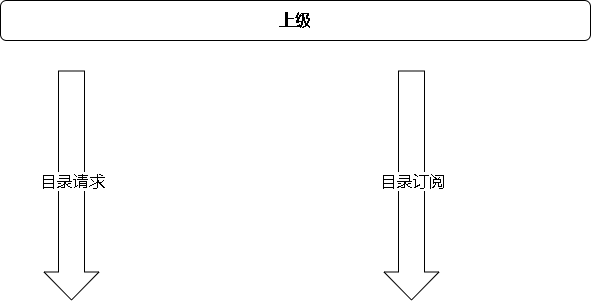
Earlier version of the draw.io export 28181.drawio.png (xktder/draw). Source tidied: cells renumbered, new cells last; positions are measured from the earlier drawing's top-left corner, leaving out a move shared by most shapes.
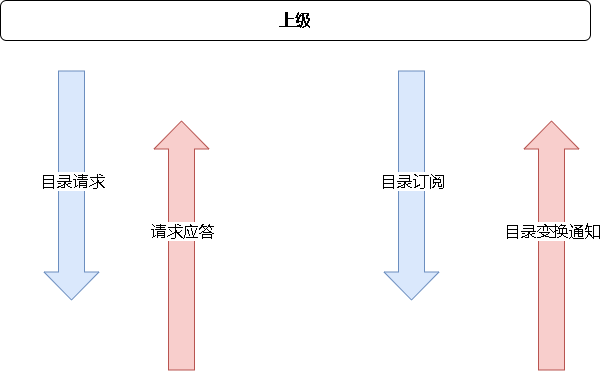
After the change.

Change to the diagram source:
```diff
@@ -5,7 +5,7 @@
     <mxCell id="2" value="&lt;font style=&quot;font-size: 16px;&quot;&gt;&lt;b&gt;上级&lt;/b&gt;&lt;/font&gt;" style="rounded=1;whiteSpace=wrap;html=1;" parent="1" vertex="1">
       <mxGeometry width="590" height="40" as="geometry" />
     </mxCell>
-    <mxCell id="3" style="shape=flexArrow;endArrow=classic;html=1;rounded=0;fontSize=16;endWidth=28;endSize=9;width=26;" parent="1" edge="1">
+    <mxCell id="3" style="shape=flexArrow;endArrow=classic;html=1;rounded=0;fontSize=16;endWidth=28;endSize=9;width=26;fillColor=#dae8fc;strokeColor=#6c8ebf;" parent="1" edge="1">
       <mxGeometry relative="1" as="geometry">
         <mxPoint x="71" y="70" as="sourcePoint" />
         <mxPoint x="71" y="300" as="targetPoint" />
@@ -16,7 +16,7 @@
         <mxPoint x="5" y="-32" as="offset" />
       </mxGeometry>
     </mxCell>
-    <mxCell id="5" style="shape=flexArrow;endArrow=classic;html=1;rounded=0;fontSize=16;endWidth=28;endSize=9;width=26;" parent="1" edge="1">
+    <mxCell id="5" style="shape=flexArrow;endArrow=classic;html=1;rounded=0;fontSize=16;endWidth=28;endSize=9;width=26;fillColor=#dae8fc;strokeColor=#6c8ebf;" parent="1" edge="1">
       <mxGeometry relative="1" as="geometry">
         <mxPoint x="411" y="70" as="sourcePoint" />
         <mxPoint x="411" y="300" as="targetPoint" />
@@ -27,5 +27,27 @@
         <mxPoint x="5" y="-32" as="offset" />
       </mxGeometry>
     </mxCell>
+    <mxCell id="7" style="shape=flexArrow;endArrow=classic;html=1;rounded=0;fontSize=16;endWidth=28;endSize=9;width=26;fillColor=#f8cecc;strokeColor=#b85450;" parent="1" edge="1">
+      <mxGeometry relative="1" as="geometry">
+        <mxPoint x="181" y="370" as="sourcePoint" />
+        <mxPoint x="181" y="120" as="targetPoint" />
+      </mxGeometry>
+    </mxCell>
+    <mxCell id="8" value="请求应答" style="edgeLabel;html=1;align=center;verticalAlign=middle;fontSize=16;" parent="7" vertex="1">
+      <mxGeometry x="0.23" y="-5" relative="1" as="geometry">
+        <mxPoint x="-5" y="14" as="offset" />
+      </mxGeometry>
+    </mxCell>
+    <mxCell id="9" style="shape=flexArrow;endArrow=classic;html=1;rounded=0;fontSize=16;endWidth=28;endSize=9;width=26;fillColor=#f8cecc;strokeColor=#b85450;" parent="1" edge="1">
+      <mxGeometry relative="1" as="geometry">
+        <mxPoint x="551" y="370" as="sourcePoint" />
+        <mxPoint x="551" y="120" as="targetPoint" />
+      </mxGeometry>
+    </mxCell>
+    <mxCell id="10" value="目录变换通知" style="edgeLabel;html=1;align=center;verticalAlign=middle;fontSize=16;" parent="9" vertex="1">
+      <mxGeometry x="0.23" y="-5" relative="1" as="geometry">
+        <mxPoint x="-5" y="14" as="offset" />
+      </mxGeometry>
+    </mxCell>
   </root>
 </mxGraphModel>
```
